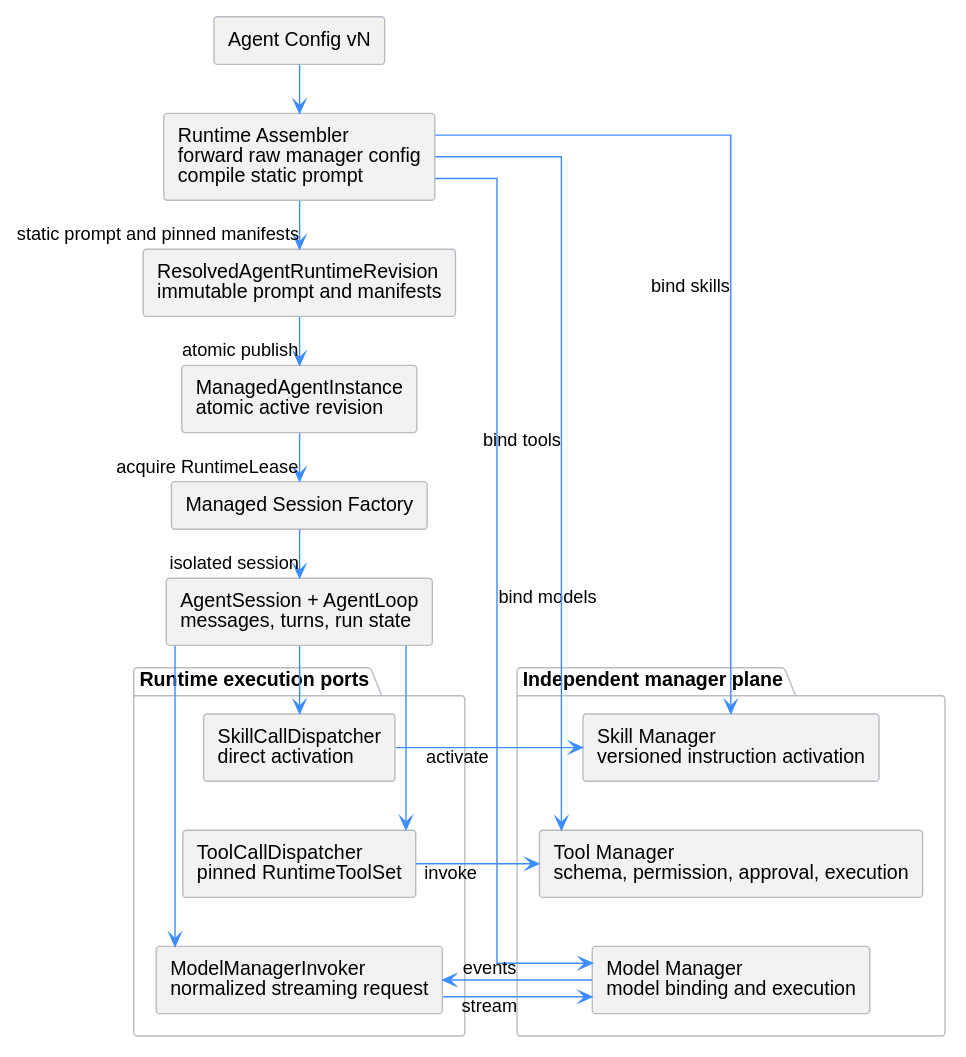
This is managed-agent-session/external_tool_manager_architecture.svg from superheromeZzh/pi-mono-java-design, a PlantUML export, as it was before one commit.
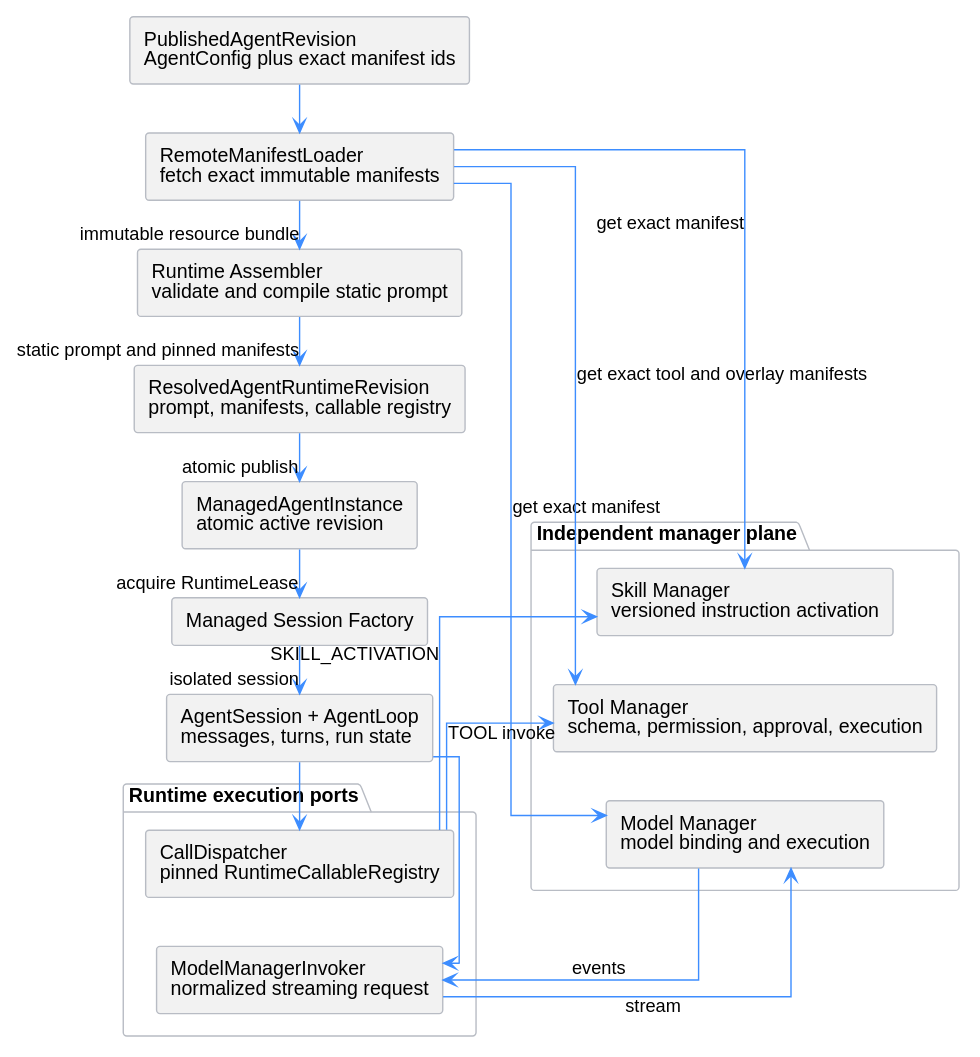
Later version of the same file.

Commit message:
docs(agent): define manager-backed callable discovery

Diff of the diagram source:
```diff
@@ -11,17 +11,17 @@
 skinparam rectangleBorderColor #B8BCC4
 skinparam rectangleBackgroundColor #F2F2F2
 
-rectangle "Agent Config vN" as Config
-rectangle "Runtime Assembler\nforward raw manager config\ncompile static prompt" as Assembler
-rectangle "ResolvedAgentRuntimeRevision\nimmutable prompt and manifests" as Revision
+rectangle "PublishedAgentRevision\nAgentConfig plus exact manifest ids" as Publication
+rectangle "RemoteManifestLoader\nfetch exact immutable manifests" as Loader
+rectangle "Runtime Assembler\nvalidate and compile static prompt" as Assembler
+rectangle "ResolvedAgentRuntimeRevision\nprompt, manifests, callable registry" as Revision
 rectangle "ManagedAgentInstance\natomic active revision" as Instance
 rectangle "Managed Session Factory" as Factory
 rectangle "AgentSession + AgentLoop\nmessages, turns, run state" as Loop
 
 package "Runtime execution ports" {
   rectangle "ModelManagerInvoker\nnormalized streaming request" as ModelInvoker
-  rectangle "ToolCallDispatcher\npinned RuntimeToolSet" as Dispatcher
-  rectangle "SkillCallDispatcher\ndirect activation" as SkillDispatcher
+  rectangle "CallDispatcher\npinned RuntimeCallableRegistry" as Dispatcher
 }
 
 package "Independent manager plane" {
@@ -30,21 +30,20 @@
   rectangle "Skill Manager\nversioned instruction activation" as SkillManager
 }
 
-Config -right-> Assembler
+Publication -right-> Loader
+Loader --> ModelManager: get exact manifest
+Loader --> ToolManager: get exact tool and overlay manifests
+Loader --> SkillManager: get exact manifest
+Loader -right-> Assembler: immutable resource bundle
 Assembler -right-> Revision: static prompt and pinned manifests
 Revision -right-> Instance: atomic publish
 Instance -right-> Factory: acquire RuntimeLease
 Factory -right-> Loop: isolated session
 
-Assembler --> ModelManager: bind models
-Assembler --> ToolManager: bind tools
-Assembler --> SkillManager: bind skills
-
 Loop -right-> ModelInvoker
 ModelInvoker --> ModelManager: stream
 ModelManager --> ModelInvoker: events
 Loop -right-> Dispatcher
-Dispatcher --> ToolManager: invoke
-Loop -right-> SkillDispatcher
-SkillDispatcher --> SkillManager: activate
+Dispatcher --> ToolManager: TOOL invoke
+Dispatcher --> SkillManager: SKILL_ACTIVATION
 @enduml
```
